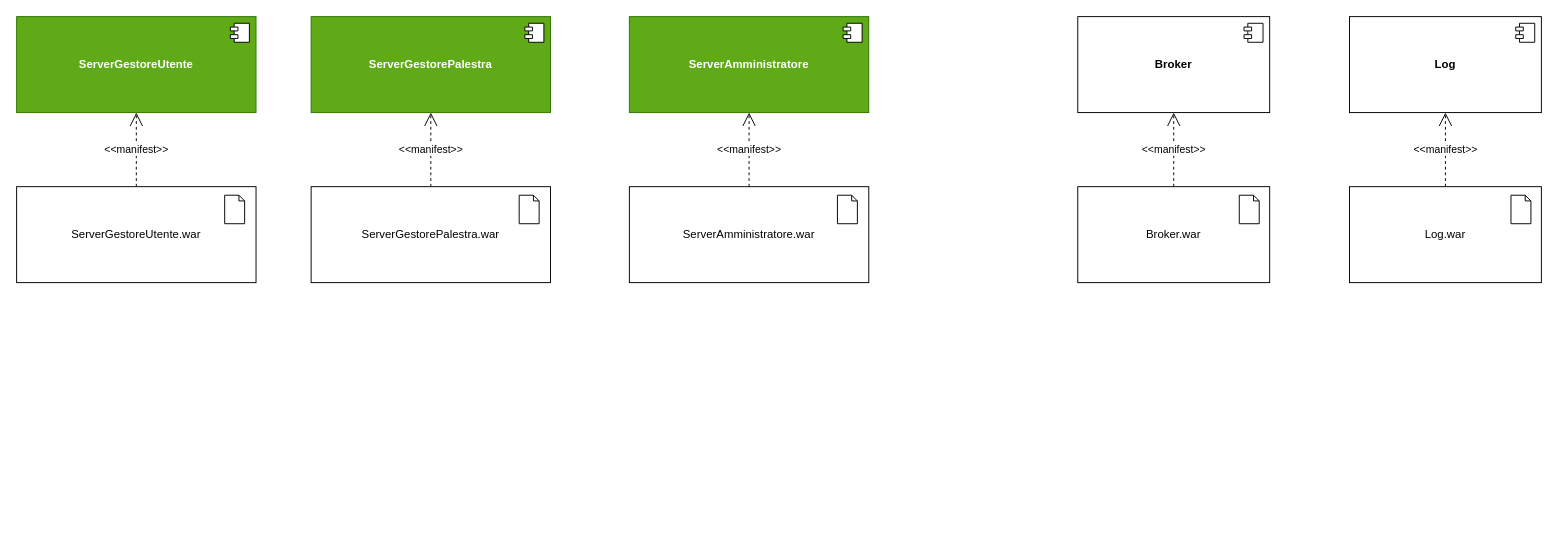
This is Deployment.drawio from JosephBoom02/Progetto_Ingegneria_del_Software, a draw.io file, before an edit. Source tidied: cells renumbered, new cells numbered last; positions are measured from the earlier drawing's top-left corner, leaving out a move shared by most shapes. Both pictures are drawn from the tidied source at 95%, with x=0, y=0 at pixel (16, 16).
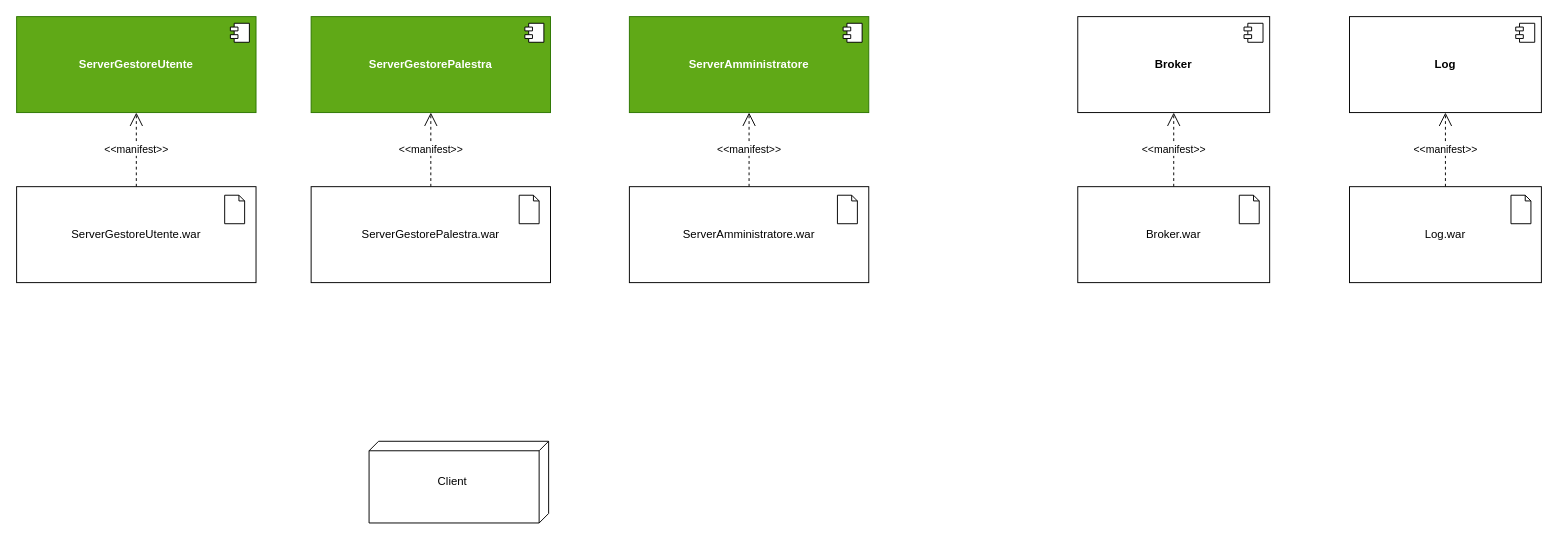
The same diagram, later.

The edit, as a diff of the source:
```diff
@@
+    <mxCell id="27" value="&lt;div align=&quot;justify&quot;&gt;&lt;br&gt;&lt;/div&gt;" style="verticalAlign=top;align=left;spacingTop=8;spacingLeft=2;spacingRight=12;shape=cube;size=10;direction=south;fontStyle=4;html=1;whiteSpace=wrap;" parent="1" vertex="1">
+      <mxGeometry x="371" y="447" width="189" height="86" as="geometry" />
+    </mxCell>
+    <mxCell id="28" value="Client" style="text;html=1;align=center;verticalAlign=middle;whiteSpace=wrap;rounded=0;" parent="1" vertex="1">
+      <mxGeometry x="429" y="475" width="60" height="30" as="geometry" />
+    </mxCell>
```
